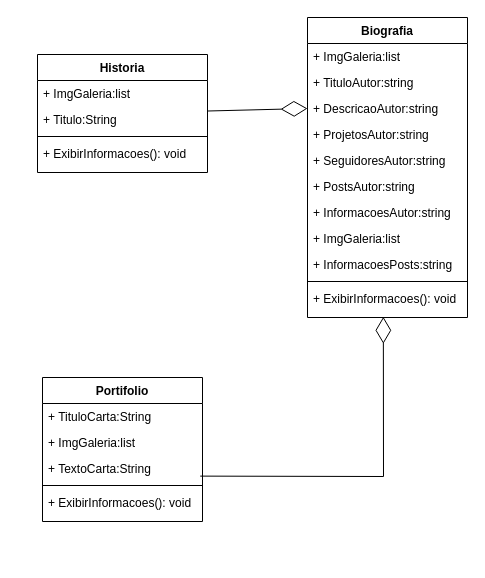
Above: Img/Jason-Chan_DC.drawio in RuanPSilva/Jason_Chan (draw.io), before the change. Source tidied: cells renumbered, new cells numbered last; positions are measured from the earlier drawing's top-left corner, leaving out a move shared by most shapes. Both pictures are drawn from the tidied source at 100%, with x=0, y=0 at pixel (37, 17).
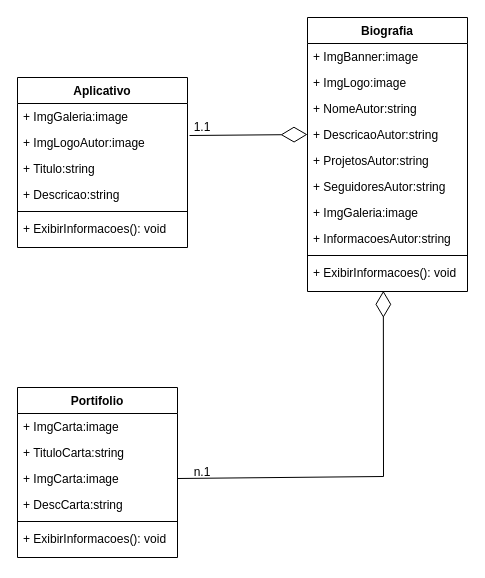
The same diagram, later.

Diff of the diagram source:
```diff
@@
-    <mxCell id="2" style="endArrow=diamondThin;endFill=0;endSize=24;html=1;rounded=0;entryX=0;entryY=0.5;entryDx=0;entryDy=0;exitX=1.002;exitY=0.173;exitDx=0;exitDy=0;exitPerimeter=0;" parent="1" edge="1" source="23" target="12">
+    <mxCell id="2" style="endArrow=diamondThin;endFill=0;endSize=24;html=1;rounded=0;entryX=0;entryY=0.5;entryDx=0;entryDy=0;exitX=1.012;exitY=0.231;exitDx=0;exitDy=0;exitPerimeter=0;" parent="1" edge="1" source="29" target="12">
       <mxGeometry relative="1" as="geometry" />
     </mxCell>
     <mxCell id="3" value="Portifolio" style="swimlane;fontStyle=1;align=center;verticalAlign=top;horizontal=1;startSize=26;whiteSpace=wrap;html=1;" parent="1" vertex="1">
-      <mxGeometry x="5" y="360" width="160" height="144" as="geometry" />
+      <mxGeometry x="-20" y="370" width="160" height="170" as="geometry" />
     </mxCell>
+    <mxCell id="5" value="+ ImgCarta:image" style="text;strokeColor=none;fillColor=none;align=left;verticalAlign=top;spacingLeft=4;spacingRight=4;overflow=hidden;whiteSpace=wrap;html=1;" parent="3" vertex="1">
+      <mxGeometry y="26" width="160" height="26" as="geometry" />
+    </mxCell>
-    <mxCell id="4" value="+ TituloCarta:String" style="text;strokeColor=none;fillColor=none;align=left;verticalAlign=top;spacingLeft=4;spacingRight=4;overflow=hidden;whiteSpace=wrap;html=1;" parent="3" vertex="1">
-      <mxGeometry y="26" width="160" height="26" as="geometry" />
+    <mxCell id="4" value="+ TituloCarta:string" style="text;strokeColor=none;fillColor=none;align=left;verticalAlign=top;spacingLeft=4;spacingRight=4;overflow=hidden;whiteSpace=wrap;html=1;" parent="3" vertex="1">
+      <mxGeometry y="52" width="160" height="26" as="geometry" />
     </mxCell>
-    <mxCell id="5" value="+ ImgGaleria:list" style="text;strokeColor=none;fillColor=none;align=left;verticalAlign=top;spacingLeft=4;spacingRight=4;overflow=hidden;whiteSpace=wrap;html=1;" parent="3" vertex="1">
-      <mxGeometry y="52" width="160" height="26" as="geometry" />
-    </mxCell>
+    <mxCell id="27" value="+ ImgCarta:image" style="text;strokeColor=none;fillColor=none;align=left;verticalAlign=top;spacingLeft=4;spacingRight=4;overflow=hidden;points=[[0,0.5],[1,0.5]];portConstraint=eastwest;whiteSpace=wrap;html=1;" parent="3" vertex="1">
+      <mxGeometry y="78" width="160" height="26" as="geometry" />
+    </mxCell>
-    <mxCell id="6" value="+ TextoCarta:String" style="text;strokeColor=none;fillColor=none;align=left;verticalAlign=top;spacingLeft=4;spacingRight=4;overflow=hidden;points=[[0,0.5],[1,0.5]];portConstraint=eastwest;whiteSpace=wrap;html=1;" parent="3" vertex="1">
-      <mxGeometry y="78" width="160" height="26" as="geometry" />
+    <mxCell id="6" value="+ DescCarta:string" style="text;strokeColor=none;fillColor=none;align=left;verticalAlign=top;spacingLeft=4;spacingRight=4;overflow=hidden;points=[[0,0.5],[1,0.5]];portConstraint=eastwest;whiteSpace=wrap;html=1;" parent="3" vertex="1">
+      <mxGeometry y="104" width="160" height="26" as="geometry" />
     </mxCell>
     <mxCell id="7" style="line;strokeWidth=1;fillColor=none;align=left;verticalAlign=middle;spacingTop=-1;spacingLeft=3;spacingRight=3;labelPosition=right;strokeColor=inherit;" parent="3" vertex="1">
-      <mxGeometry y="104" width="160" height="8" as="geometry" />
+      <mxGeometry y="130" width="160" height="8" as="geometry" />
     </mxCell>
     <mxCell id="8" value="+ ExibirInformacoes(): void" style="text;strokeColor=none;fillColor=none;align=left;verticalAlign=top;spacingLeft=4;spacingRight=4;overflow=hidden;whiteSpace=wrap;html=1;" parent="3" vertex="1">
-      <mxGeometry y="112" width="160" height="32" as="geometry" />
+      <mxGeometry y="138" width="160" height="32" as="geometry" />
     </mxCell>
     <mxCell id="9" value="Biografia" style="swimlane;fontStyle=1;align=center;verticalAlign=top;horizontal=1;startSize=26;whiteSpace=wrap;html=1;" parent="1" vertex="1">
-      <mxGeometry x="270" width="160" height="300" as="geometry" />
+      <mxGeometry x="270" width="160" height="274" as="geometry" />
     </mxCell>
-    <mxCell id="10" value="+ ImgGaleria:list" style="text;strokeColor=none;fillColor=none;align=left;verticalAlign=top;spacingLeft=4;spacingRight=4;overflow=hidden;whiteSpace=wrap;html=1;" parent="9" vertex="1">
+    <mxCell id="10" value="+ ImgBanner:image" style="text;strokeColor=none;fillColor=none;align=left;verticalAlign=top;spacingLeft=4;spacingRight=4;overflow=hidden;whiteSpace=wrap;html=1;" parent="9" vertex="1">
       <mxGeometry y="26" width="160" height="26" as="geometry" />
     </mxCell>
+    <mxCell id="28" value="+ ImgLogo:image" style="text;strokeColor=none;fillColor=none;align=left;verticalAlign=top;spacingLeft=4;spacingRight=4;overflow=hidden;whiteSpace=wrap;html=1;" parent="9" vertex="1">
+      <mxGeometry y="52" width="160" height="26" as="geometry" />
+    </mxCell>
-    <mxCell id="11" value="+ TituloAutor:string" style="text;strokeColor=none;fillColor=none;align=left;verticalAlign=top;spacingLeft=4;spacingRight=4;overflow=hidden;whiteSpace=wrap;html=1;" parent="9" vertex="1">
-      <mxGeometry y="52" width="160" height="26" as="geometry" />
+    <mxCell id="11" value="+ NomeAutor:string" style="text;strokeColor=none;fillColor=none;align=left;verticalAlign=top;spacingLeft=4;spacingRight=4;overflow=hidden;whiteSpace=wrap;html=1;" parent="9" vertex="1">
+      <mxGeometry y="78" width="160" height="26" as="geometry" />
     </mxCell>
     <mxCell id="12" value="+ DescricaoAutor:string" style="text;strokeColor=none;fillColor=none;align=left;verticalAlign=top;spacingLeft=4;spacingRight=4;overflow=hidden;points=[[0,0.5],[1,0.5]];portConstraint=eastwest;whiteSpace=wrap;html=1;" parent="9" vertex="1">
-      <mxGeometry y="78" width="160" height="26" as="geometry" />
+      <mxGeometry y="104" width="160" height="26" as="geometry" />
     </mxCell>
     <mxCell id="13" value="+ ProjetosAutor:string" style="text;strokeColor=none;fillColor=none;align=left;verticalAlign=top;spacingLeft=4;spacingRight=4;overflow=hidden;whiteSpace=wrap;html=1;" parent="9" vertex="1">
-      <mxGeometry y="104" width="160" height="26" as="geometry" />
+      <mxGeometry y="130" width="160" height="26" as="geometry" />
     </mxCell>
     <mxCell id="14" value="+ SeguidoresAutor:string" style="text;strokeColor=none;fillColor=none;align=left;verticalAlign=top;spacingLeft=4;spacingRight=4;overflow=hidden;whiteSpace=wrap;html=1;" parent="9" vertex="1">
-      <mxGeometry y="130" width="160" height="26" as="geometry" />
+      <mxGeometry y="156" width="160" height="26" as="geometry" />
     </mxCell>
-    <mxCell id="15" value="+ PostsAutor:string" style="text;strokeColor=none;fillColor=none;align=left;verticalAlign=top;spacingLeft=4;spacingRight=4;overflow=hidden;whiteSpace=wrap;html=1;" parent="9" vertex="1">
-      <mxGeometry y="156" width="160" height="26" as="geometry" />
-    </mxCell>
+    <mxCell id="17" value="+ ImgGaleria:image" style="text;strokeColor=none;fillColor=none;align=left;verticalAlign=top;spacingLeft=4;spacingRight=4;overflow=hidden;whiteSpace=wrap;html=1;" parent="9" vertex="1">
+      <mxGeometry y="182" width="160" height="26" as="geometry" />
+    </mxCell>
     <mxCell id="16" value="+ InformacoesAutor:string" style="text;strokeColor=none;fillColor=none;align=left;verticalAlign=top;spacingLeft=4;spacingRight=4;overflow=hidden;whiteSpace=wrap;html=1;" parent="9" vertex="1">
-      <mxGeometry y="182" width="160" height="26" as="geometry" />
+      <mxGeometry y="208" width="160" height="26" as="geometry" />
     </mxCell>
-    <mxCell id="17" value="+ ImgGaleria:list" style="text;strokeColor=none;fillColor=none;align=left;verticalAlign=top;spacingLeft=4;spacingRight=4;overflow=hidden;whiteSpace=wrap;html=1;" parent="9" vertex="1">
-      <mxGeometry y="208" width="160" height="26" as="geometry" />
-    </mxCell>
-    <mxCell id="18" value="+ InformacoesPosts:string" style="text;strokeColor=none;fillColor=none;align=left;verticalAlign=top;spacingLeft=4;spacingRight=4;overflow=hidden;whiteSpace=wrap;html=1;" parent="9" vertex="1">
-      <mxGeometry y="234" width="160" height="26" as="geometry" />
-    </mxCell>
     <mxCell id="19" style="line;strokeWidth=1;fillColor=none;align=left;verticalAlign=middle;spacingTop=-1;spacingLeft=3;spacingRight=3;labelPosition=right;strokeColor=inherit;" parent="9" vertex="1">
-      <mxGeometry y="260" width="160" height="8" as="geometry" />
+      <mxGeometry y="234" width="160" height="8" as="geometry" />
     </mxCell>
     <mxCell id="20" value="+ ExibirInformacoes(): void" style="text;strokeColor=none;fillColor=none;align=left;verticalAlign=top;spacingLeft=4;spacingRight=4;overflow=hidden;points=[[0,0.5],[1,0.5]];portConstraint=eastwest;whiteSpace=wrap;html=1;" parent="9" vertex="1">
-      <mxGeometry y="268" width="160" height="32" as="geometry" />
+      <mxGeometry y="242" width="160" height="32" as="geometry" />
     </mxCell>
-    <mxCell id="21" value="Historia" style="swimlane;fontStyle=1;align=center;verticalAlign=top;horizontal=1;startSize=26;whiteSpace=wrap;html=1;" parent="1" vertex="1">
-      <mxGeometry y="37" width="170" height="118" as="geometry" />
+    <mxCell id="21" value="Aplicativo" style="swimlane;fontStyle=1;align=center;verticalAlign=top;horizontal=1;startSize=26;whiteSpace=wrap;html=1;" parent="1" vertex="1">
+      <mxGeometry x="-20" y="60" width="170" height="170" as="geometry" />
     </mxCell>
-    <mxCell id="22" value="+ ImgGaleria:list" style="text;strokeColor=none;fillColor=none;align=left;verticalAlign=top;spacingLeft=4;spacingRight=4;overflow=hidden;whiteSpace=wrap;html=1;" parent="21" vertex="1">
+    <mxCell id="22" value="+ ImgGaleria:image" style="text;strokeColor=none;fillColor=none;align=left;verticalAlign=top;spacingLeft=4;spacingRight=4;overflow=hidden;whiteSpace=wrap;html=1;" parent="21" vertex="1">
       <mxGeometry y="26" width="170" height="26" as="geometry" />
     </mxCell>
+    <mxCell id="29" value="+ ImgLogoAutor:image" style="text;strokeColor=none;fillColor=none;align=left;verticalAlign=top;spacingLeft=4;spacingRight=4;overflow=hidden;points=[[0,0.5],[1,0.5]];portConstraint=eastwest;whiteSpace=wrap;html=1;" parent="21" vertex="1">
+      <mxGeometry y="52" width="170" height="26" as="geometry" />
+    </mxCell>
-    <mxCell id="23" value="+ Titulo:String" style="text;strokeColor=none;fillColor=none;align=left;verticalAlign=top;spacingLeft=4;spacingRight=4;overflow=hidden;points=[[0,0.5],[1,0.5]];portConstraint=eastwest;whiteSpace=wrap;html=1;" parent="21" vertex="1">
-      <mxGeometry y="52" width="170" height="26" as="geometry" />
+    <mxCell id="23" value="+ Titulo:string" style="text;strokeColor=none;fillColor=none;align=left;verticalAlign=top;spacingLeft=4;spacingRight=4;overflow=hidden;points=[[0,0.5],[1,0.5]];portConstraint=eastwest;whiteSpace=wrap;html=1;" parent="21" vertex="1">
+      <mxGeometry y="78" width="170" height="26" as="geometry" />
     </mxCell>
+    <mxCell id="30" value="+ Descricao:string" style="text;strokeColor=none;fillColor=none;align=left;verticalAlign=top;spacingLeft=4;spacingRight=4;overflow=hidden;whiteSpace=wrap;html=1;" parent="21" vertex="1">
+      <mxGeometry y="104" width="170" height="26" as="geometry" />
+    </mxCell>
     <mxCell id="24" style="line;strokeWidth=1;fillColor=none;align=left;verticalAlign=middle;spacingTop=-1;spacingLeft=3;spacingRight=3;labelPosition=right;strokeColor=inherit;" parent="21" vertex="1">
-      <mxGeometry y="78" width="170" height="8" as="geometry" />
+      <mxGeometry y="130" width="170" height="8" as="geometry" />
     </mxCell>
     <mxCell id="25" value="+ ExibirInformacoes(): void" style="text;strokeColor=none;fillColor=none;align=left;verticalAlign=top;spacingLeft=4;spacingRight=4;overflow=hidden;whiteSpace=wrap;html=1;" parent="21" vertex="1">
-      <mxGeometry y="86" width="170" height="32" as="geometry" />
+      <mxGeometry y="138" width="170" height="32" as="geometry" />
     </mxCell>
-    <mxCell id="26" style="endArrow=diamondThin;endFill=0;endSize=24;html=1;rounded=0;entryX=0.474;entryY=0.979;entryDx=0;entryDy=0;entryPerimeter=0;exitX=0.986;exitY=0.793;exitDx=0;exitDy=0;exitPerimeter=0;" parent="1" edge="1" source="6" target="20">
+    <mxCell id="26" style="endArrow=diamondThin;endFill=0;endSize=24;html=1;rounded=0;entryX=0.474;entryY=0.979;entryDx=0;entryDy=0;entryPerimeter=0;exitX=1;exitY=0.5;exitDx=0;exitDy=0;" parent="1" edge="1" source="27" target="20">
       <mxGeometry relative="1" as="geometry">
         <Array as="points">
           <mxPoint x="346" y="459" />
         </Array>
       </mxGeometry>
     </mxCell>
+    <mxCell id="31" value="1.1" style="text;html=1;align=center;verticalAlign=middle;whiteSpace=wrap;rounded=0;" parent="1" vertex="1">
+      <mxGeometry x="140" y="100" width="50" height="20" as="geometry" />
+    </mxCell>
+    <mxCell id="32" value="n.1" style="text;html=1;align=center;verticalAlign=middle;whiteSpace=wrap;rounded=0;" parent="1" vertex="1">
+      <mxGeometry x="140" y="445" width="50" height="20" as="geometry" />
+    </mxCell>
```
